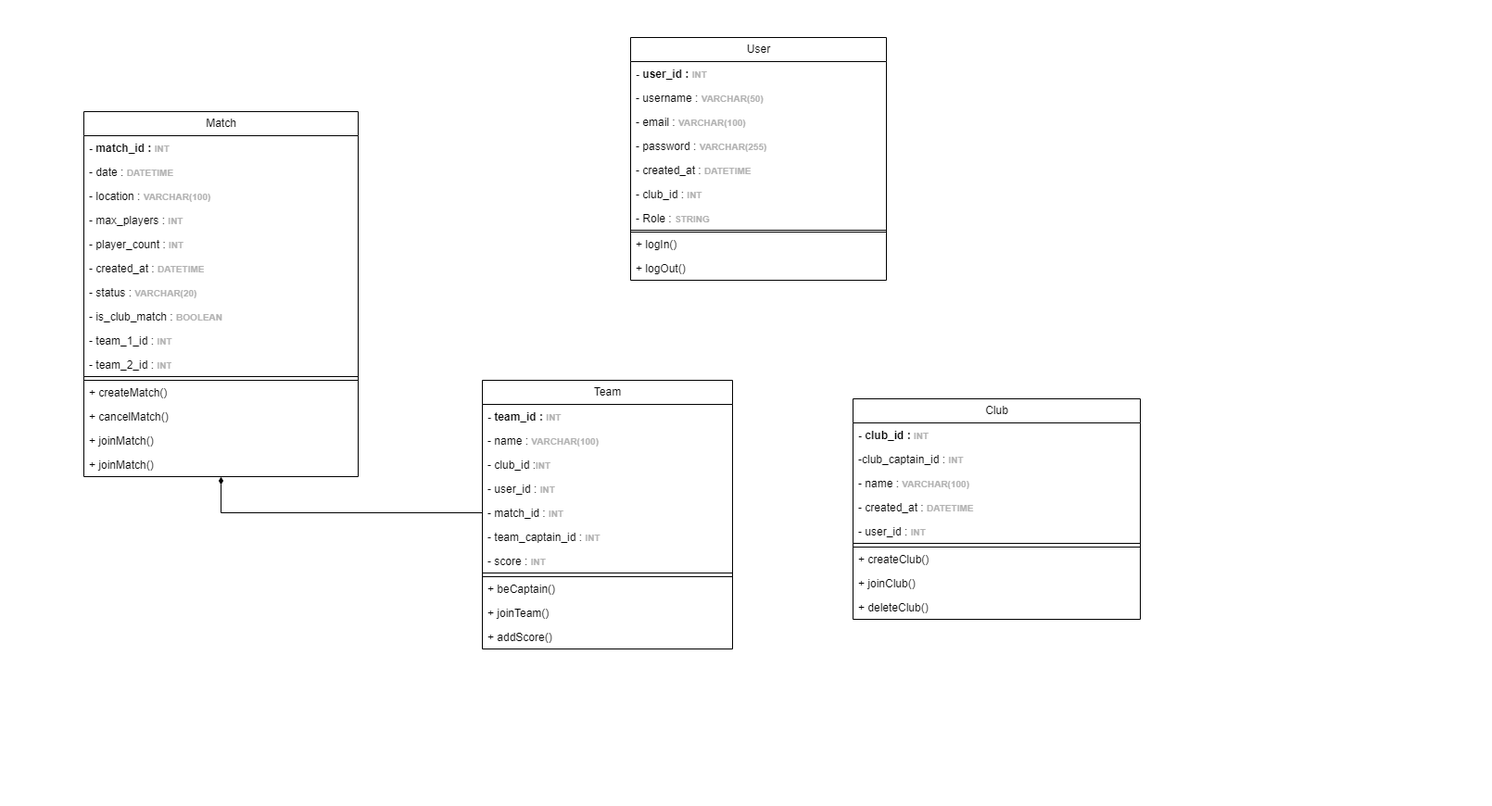
Earlier version of the draw.io export UML Classes.drawio.png (Mathistrg/Styx). Source tidied: cells renumbered, new cells last; positions are measured from the earlier drawing's top-left corner, leaving out a move shared by most shapes.
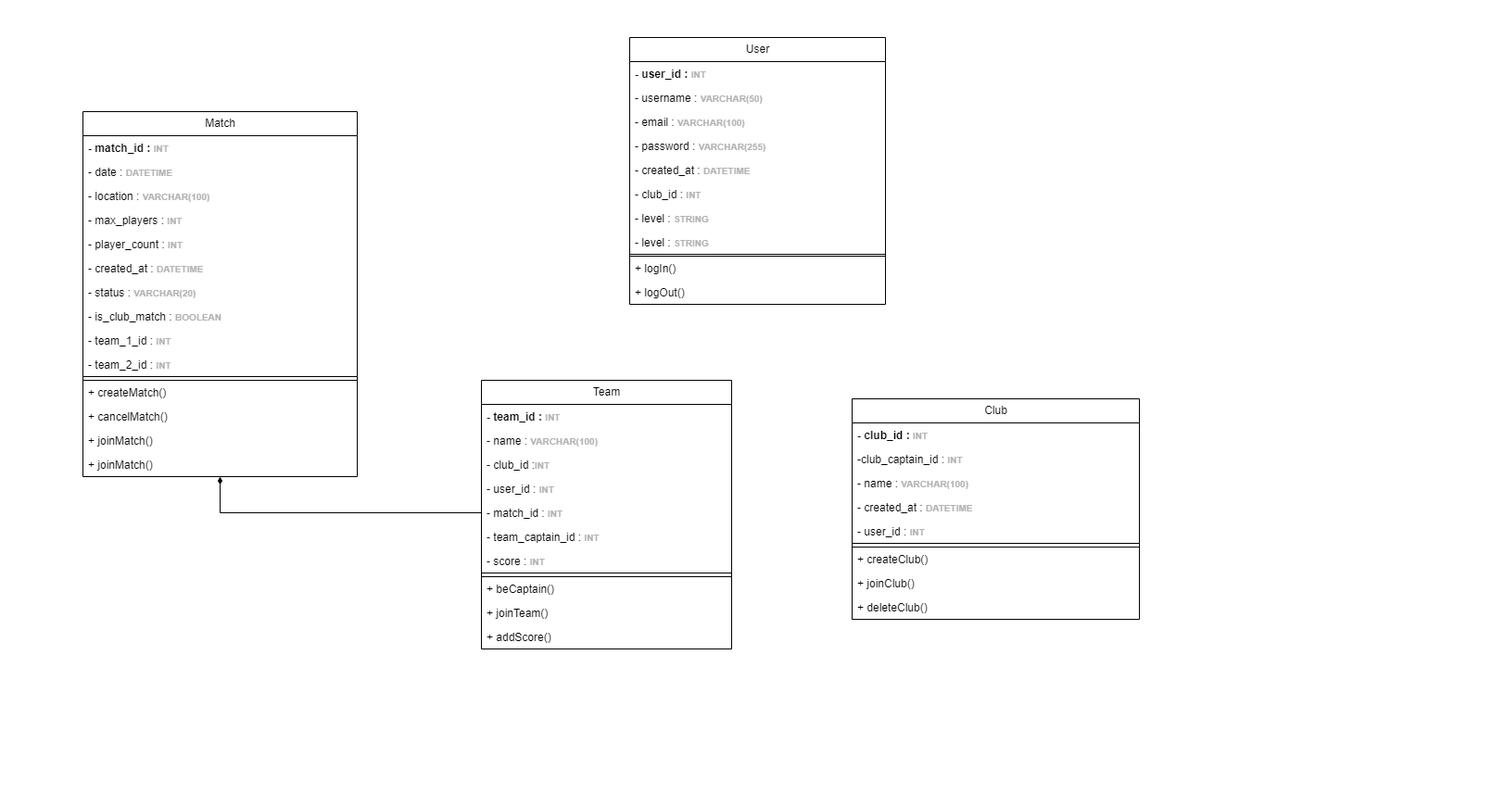
The same diagram one commit later.

Commit message:
Mettre à jour UML Classes.drawio.png

What changed in the source:
```diff
@@ -6,7 +6,7 @@
       <mxGeometry width="1610" height="870" as="geometry" />
     </mxCell>
     <mxCell id="3" value="User" style="swimlane;fontStyle=0;horizontal=1;startSize=26;fillColor=none;html=1;" parent="1" vertex="1">
-      <mxGeometry x="680" y="40" width="276" height="262" as="geometry" />
+      <mxGeometry x="680" y="40" width="276" height="288" as="geometry" />
     </mxCell>
     <mxCell id="4" value="&lt;b&gt;- user_id&lt;span style=&quot;white-space: pre;&quot;&gt;&#9;&lt;/span&gt;:&amp;nbsp;&lt;font style=&quot;font-size: 10px; color: rgb(179, 179, 179);&quot;&gt;INT&amp;nbsp;&lt;/font&gt;&lt;/b&gt;" style="text;strokeColor=none;fillColor=none;align=left;verticalAlign=top;spacingLeft=4;spacingRight=4;overflow=hidden;whiteSpace=wrap;html=1;" parent="3" vertex="1">
       <mxGeometry y="26" width="276" height="26" as="geometry" />
@@ -26,17 +26,20 @@
     <mxCell id="9" value="- club_id :&amp;nbsp;&lt;font color=&quot;#b3b3b3&quot;&gt;&lt;span style=&quot;font-size: 10px;&quot;&gt;&lt;b&gt;INT&amp;nbsp;&lt;/b&gt;&lt;/span&gt;&lt;/font&gt;" style="text;strokeColor=none;fillColor=none;align=left;verticalAlign=top;spacingLeft=4;spacingRight=4;overflow=hidden;whiteSpace=wrap;html=1;" parent="3" vertex="1">
       <mxGeometry y="156" width="276" height="26" as="geometry" />
     </mxCell>
-    <mxCell id="10" value="- Role :&amp;nbsp;&lt;b style=&quot;color: rgb(179, 179, 179); font-size: 10px;&quot;&gt;STRING&lt;/b&gt;" style="text;strokeColor=none;fillColor=none;align=left;verticalAlign=top;spacingLeft=4;spacingRight=4;overflow=hidden;whiteSpace=wrap;html=1;" parent="3" vertex="1">
+    <mxCell id="10" value="- level :&amp;nbsp;&lt;b style=&quot;color: rgb(179, 179, 179); font-size: 10px;&quot;&gt;STRING&lt;/b&gt;" style="text;strokeColor=none;fillColor=none;align=left;verticalAlign=top;spacingLeft=4;spacingRight=4;overflow=hidden;whiteSpace=wrap;html=1;" parent="3" vertex="1">
       <mxGeometry y="182" width="276" height="26" as="geometry" />
     </mxCell>
+    <mxCell id="53" value="- level :&amp;nbsp;&lt;b style=&quot;color: rgb(179, 179, 179); font-size: 10px;&quot;&gt;STRING&lt;/b&gt;" style="text;strokeColor=none;fillColor=none;align=left;verticalAlign=top;spacingLeft=4;spacingRight=4;overflow=hidden;whiteSpace=wrap;html=1;" parent="3" vertex="1">
+      <mxGeometry y="208" width="276" height="26" as="geometry" />
+    </mxCell>
     <mxCell id="11" value="club_id&lt;span style=&quot;white-space: pre;&quot;&gt;&#9;&lt;/span&gt;&lt;span style=&quot;white-space: pre;&quot;&gt;&#9;&lt;/span&gt;&lt;font color=&quot;#b3b3b3&quot;&gt;&lt;span style=&quot;font-size: 10px;&quot;&gt;&lt;b&gt;INT&amp;nbsp;&lt;/b&gt;&lt;/span&gt;&lt;/font&gt;" style="text;strokeColor=default;fillColor=none;align=left;verticalAlign=top;spacingLeft=4;spacingRight=4;overflow=hidden;whiteSpace=wrap;html=1;" parent="3" vertex="1">
-      <mxGeometry y="208" width="276" height="2" as="geometry" />
+      <mxGeometry y="234" width="276" height="2" as="geometry" />
     </mxCell>
     <mxCell id="12" value="+ logIn()" style="text;strokeColor=none;fillColor=none;align=left;verticalAlign=top;spacingLeft=4;spacingRight=4;overflow=hidden;whiteSpace=wrap;html=1;" parent="3" vertex="1">
-      <mxGeometry y="210" width="276" height="26" as="geometry" />
+      <mxGeometry y="236" width="276" height="26" as="geometry" />
     </mxCell>
     <mxCell id="13" value="+ logOut()" style="text;strokeColor=none;fillColor=none;align=left;verticalAlign=top;spacingLeft=4;spacingRight=4;overflow=hidden;whiteSpace=wrap;html=1;" parent="3" vertex="1">
-      <mxGeometry y="236" width="276" height="26" as="geometry" />
+      <mxGeometry y="262" width="276" height="26" as="geometry" />
     </mxCell>
     <mxCell id="14" value="Match" style="swimlane;fontStyle=0;horizontal=1;startSize=26;fillColor=none;html=1;" parent="1" vertex="1">
       <mxGeometry x="90" y="120" width="296" height="394" as="geometry" />
```
